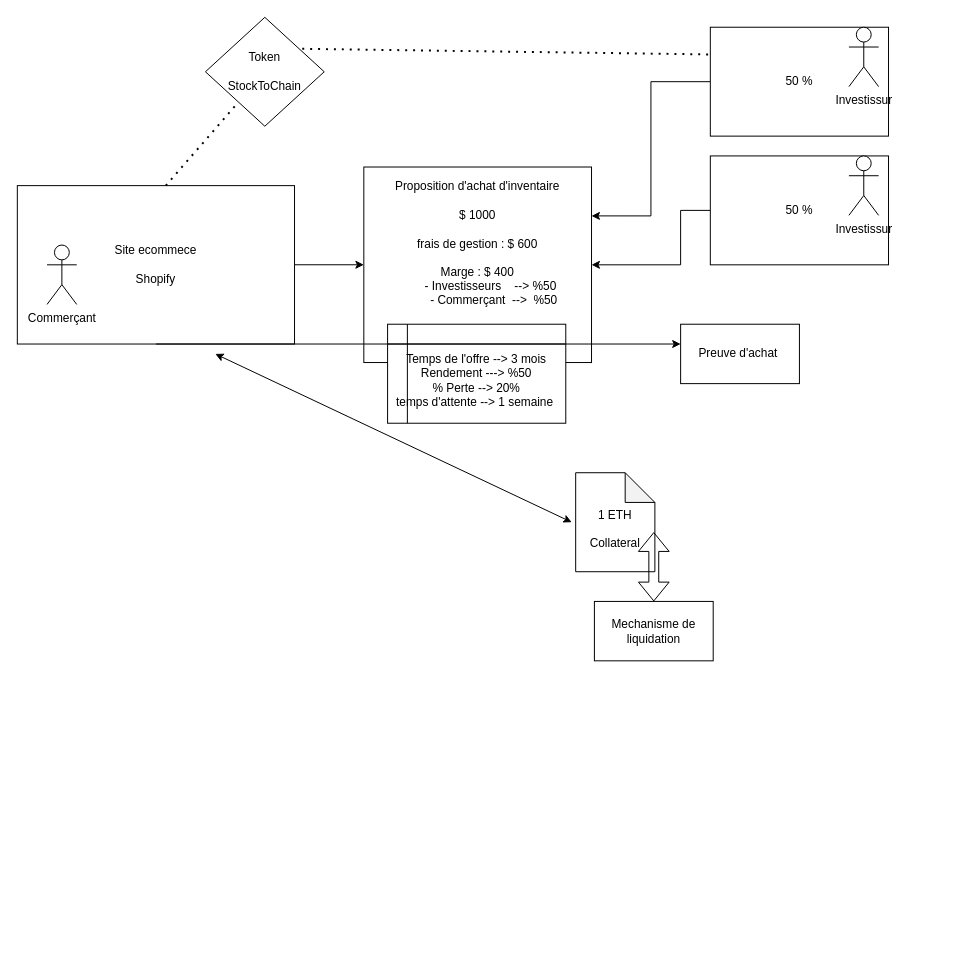
Before: Stock.drawio in AlejandroDAvidz/AlejandroDAvidz, a draw.io diagram. Source tidied: cells renumbered, new cells numbered last; positions are measured from the earlier drawing's top-left corner, leaving out a move shared by most shapes. Both pictures are drawn from the tidied source at 99%, with x=0, y=0 at pixel (17, 17).
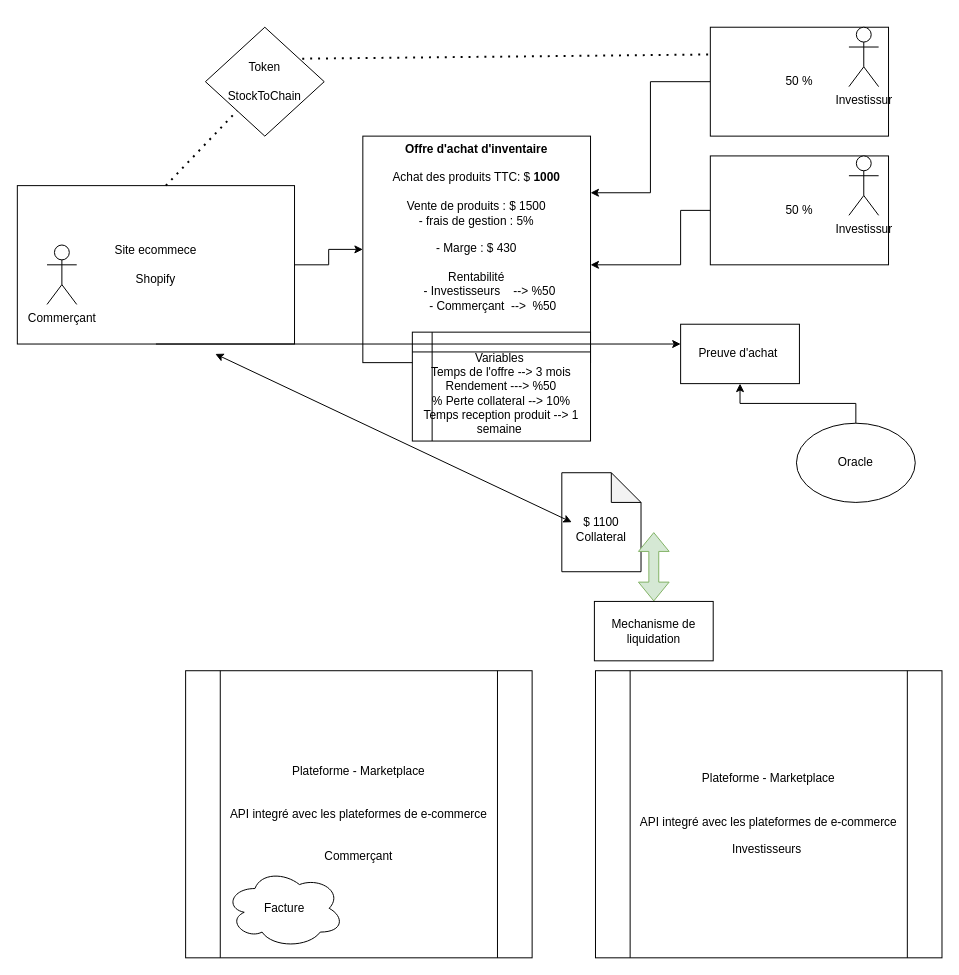
Above is the later version.

Commit message:
Mettre à jour Stock.drawio

Unchanged cells that the change refers to:
```xml
<mxCell id="11" value="Preuve d'achat&amp;nbsp;" style="rounded=0;whiteSpace=wrap;html=1;" parent="1" vertex="1">
  <mxGeometry x="670" y="310" width="120" height="60" as="geometry" />
</mxCell>
<mxCell id="21" value="Mechanisme de liquidation" style="rounded=0;whiteSpace=wrap;html=1;" parent="1" vertex="1">
  <mxGeometry x="582.9" y="590" width="120" height="60" as="geometry" />
</mxCell>
```

Diff of the diagram source:
```diff
@@
-    <mxCell id="6" value="Proposition d'achat d'inventaire&lt;div&gt;&lt;br&gt;&lt;/div&gt;&lt;div&gt;$ 1000&lt;/div&gt;&lt;div&gt;&lt;br&gt;&lt;/div&gt;&lt;div&gt;frais de gestion : $ 600&lt;/div&gt;&lt;div&gt;&lt;br&gt;&lt;/div&gt;&lt;div&gt;Marge : $ 400&lt;/div&gt;&lt;div&gt;&lt;span style=&quot;white-space: pre;&quot;&gt;&#9;&lt;/span&gt;- Investisseurs&amp;nbsp; &amp;nbsp; --&amp;gt; %50&lt;/div&gt;&lt;div&gt;&amp;nbsp; &amp;nbsp; &amp;nbsp; &amp;nbsp; &amp;nbsp; - Commerçant&amp;nbsp; --&amp;gt;&amp;nbsp; %50&lt;br&gt;&lt;/div&gt;&lt;div&gt;&lt;br&gt;&lt;/div&gt;&lt;div&gt;&lt;br&gt;&lt;/div&gt;&lt;div&gt;&lt;br&gt;&lt;/div&gt;" style="rounded=0;whiteSpace=wrap;html=1;" parent="1" vertex="1">
-      <mxGeometry x="350" y="151.2" width="230" height="197.5" as="geometry" />
+    <mxCell id="6" value="&lt;b&gt;Offre d'achat d'inventaire&lt;/b&gt;&lt;div&gt;&lt;br&gt;&lt;/div&gt;&lt;div&gt;Achat des produits TTC: $ &lt;b&gt;1000&lt;/b&gt;&lt;/div&gt;&lt;div&gt;&lt;div&gt;&lt;br&gt;&lt;/div&gt;&lt;/div&gt;&lt;div&gt;Vente de produits : $ 1500&lt;/div&gt;&lt;div&gt;- frais de gestion : 5%&lt;/div&gt;&lt;div&gt;&lt;br&gt;&lt;/div&gt;&lt;div&gt;- Marge : $ 430&lt;/div&gt;&lt;div&gt;&lt;div&gt;&lt;br&gt;&lt;/div&gt;&lt;/div&gt;&lt;div&gt;Rentabilité&lt;/div&gt;&lt;div&gt;&lt;span style=&quot;white-space: pre;&quot;&gt;&#9;&lt;/span&gt;- Investisseurs&amp;nbsp; &amp;nbsp; --&amp;gt; %50&lt;/div&gt;&lt;div&gt;&amp;nbsp; &amp;nbsp; &amp;nbsp; &amp;nbsp; &amp;nbsp; - Commerçant&amp;nbsp; --&amp;gt;&amp;nbsp; %50&lt;br&gt;&lt;/div&gt;&lt;div&gt;&lt;br&gt;&lt;/div&gt;&lt;div&gt;&lt;br&gt;&lt;/div&gt;&lt;div&gt;&lt;br&gt;&lt;/div&gt;" style="rounded=0;whiteSpace=wrap;html=1;" parent="1" vertex="1">
+      <mxGeometry x="349" y="120" width="230" height="228.8" as="geometry" />
     </mxCell>
@@
-    <mxCell id="8" value="&lt;div&gt;&lt;br&gt;&lt;/div&gt;&lt;div&gt;&lt;br&gt;&lt;/div&gt;&amp;nbsp;Temps de l'offre --&amp;gt; 3 mois&amp;nbsp;&lt;div&gt;&lt;span style=&quot;background-color: transparent; color: light-dark(rgb(0, 0, 0), rgb(255, 255, 255));&quot;&gt;Rendement ---&amp;gt; %50&lt;/span&gt;&lt;/div&gt;&lt;div&gt;% Perte --&amp;gt; 20%&lt;/div&gt;&lt;div&gt;temps d'attente --&amp;gt; 1 semaine&amp;nbsp;&lt;br&gt;&lt;div&gt;&lt;br&gt;&lt;/div&gt;&lt;/div&gt;" style="shape=internalStorage;whiteSpace=wrap;html=1;backgroundOutline=1;" parent="1" vertex="1">
-      <mxGeometry x="374" y="310" width="180" height="100" as="geometry" />
+    <mxCell id="8" value="&lt;div&gt;&lt;br&gt;&lt;/div&gt;&lt;div&gt;&lt;br&gt;&lt;/div&gt;&lt;div&gt;Variables&amp;nbsp;&lt;/div&gt;&amp;nbsp;Temps de l'offre --&amp;gt; 3 mois&amp;nbsp;&lt;div&gt;&lt;span style=&quot;background-color: transparent; color: light-dark(rgb(0, 0, 0), rgb(255, 255, 255));&quot;&gt;Rendement ---&amp;gt; %50&lt;/span&gt;&lt;/div&gt;&lt;div&gt;% Perte collateral --&amp;gt; 10%&lt;/div&gt;&lt;div&gt;Temps reception produit --&amp;gt; 1 semaine&amp;nbsp;&lt;br&gt;&lt;div&gt;&lt;br&gt;&lt;/div&gt;&lt;/div&gt;" style="shape=internalStorage;whiteSpace=wrap;html=1;backgroundOutline=1;" parent="1" vertex="1">
+      <mxGeometry x="399" y="318" width="180" height="110" as="geometry" />
     </mxCell>
@@
-    <mxCell id="12" value="&lt;div&gt;&lt;br&gt;&lt;/div&gt;1 ETH&lt;br&gt;&lt;div&gt;&lt;br&gt;&lt;/div&gt;&lt;div&gt;Collateral&lt;/div&gt;" style="shape=note;whiteSpace=wrap;html=1;backgroundOutline=1;darkOpacity=0.05;" parent="1" vertex="1">
-      <mxGeometry x="564" y="460" width="80" height="100" as="geometry" />
+    <mxCell id="12" value="&lt;div&gt;&lt;br&gt;&lt;/div&gt;&lt;div&gt;&lt;span style=&quot;background-color: transparent; color: light-dark(rgb(0, 0, 0), rgb(255, 255, 255));&quot;&gt;$ 1100&lt;/span&gt;&lt;/div&gt;&lt;div&gt;&lt;span style=&quot;background-color: transparent; color: light-dark(rgb(0, 0, 0), rgb(255, 255, 255));&quot;&gt;Collateral&lt;/span&gt;&lt;/div&gt;" style="shape=note;whiteSpace=wrap;html=1;backgroundOutline=1;darkOpacity=0.05;" parent="1" vertex="1">
+      <mxGeometry x="550" y="460" width="80" height="100" as="geometry" />
     </mxCell>
@@
     <mxCell id="17" value="Token&lt;div&gt;&lt;br&gt;&lt;/div&gt;&lt;div&gt;StockToChain&lt;/div&gt;" style="rhombus;whiteSpace=wrap;html=1;" parent="1" vertex="1">
-      <mxGeometry x="190" width="120" height="110" as="geometry" />
+      <mxGeometry x="190" y="10" width="120" height="110" as="geometry" />
     </mxCell>
@@
-    <mxCell id="20" style="shape=flexArrow;endArrow=classic;startArrow=classic;html=1;rounded=0;" parent="1" edge="1" target="21">
+    <mxCell id="20" style="shape=flexArrow;endArrow=classic;startArrow=classic;html=1;rounded=0;fillColor=#d5e8d4;strokeColor=#82b366;" parent="1" edge="1" target="21">
       <mxGeometry relative="1" as="geometry">
         <mxPoint x="642.9" y="520" as="sourcePoint" />
       </mxGeometry>
     </mxCell>
@@
+    <mxCell id="22" value="Plateforme - Marketplace&lt;div&gt;&lt;br&gt;&lt;/div&gt;&lt;div&gt;&lt;br&gt;&lt;/div&gt;&lt;div&gt;API integré avec les plateformes de e-commerce&lt;/div&gt;&lt;div&gt;&lt;br&gt;&lt;/div&gt;&lt;div&gt;&lt;br&gt;&lt;/div&gt;&lt;div&gt;Commerçant&lt;/div&gt;" style="shape=process;whiteSpace=wrap;html=1;backgroundOutline=1;" parent="1" vertex="1">
+      <mxGeometry x="170" y="660" width="350" height="290" as="geometry" />
+    </mxCell>
+    <mxCell id="23" value="Plateforme - Marketplace&lt;div&gt;&lt;br&gt;&lt;/div&gt;&lt;div&gt;&lt;br&gt;&lt;/div&gt;&lt;div&gt;&lt;div&gt;API integré avec les plateformes de e-commerce&lt;/div&gt;&lt;div&gt;&lt;br&gt;&lt;/div&gt;&lt;/div&gt;&lt;div&gt;Investisseurs&amp;nbsp;&lt;/div&gt;" style="shape=process;whiteSpace=wrap;html=1;backgroundOutline=1;" parent="1" vertex="1">
+      <mxGeometry x="584" y="660" width="350" height="290" as="geometry" />
+    </mxCell>
+    <mxCell id="24" style="edgeStyle=orthogonalEdgeStyle;rounded=0;jettySize=auto;html=1;" parent="1" edge="1" source="25" target="11">
+      <mxGeometry relative="1" as="geometry" />
+    </mxCell>
+    <mxCell id="25" value="Oracle" style="ellipse;whiteSpace=wrap;html=1;" parent="1" vertex="1">
+      <mxGeometry x="787" y="410" width="120" height="80" as="geometry" />
+    </mxCell>
+    <mxCell id="26" value="Facture" style="ellipse;shape=cloud;whiteSpace=wrap;html=1;" parent="1" vertex="1">
+      <mxGeometry x="210" y="860" width="120" height="80" as="geometry" />
+    </mxCell>
```
